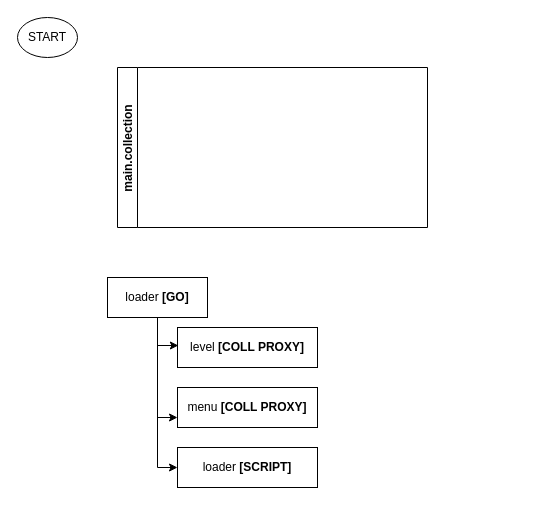
athomicus/Shooter_Defold02 keeps this draw.io diagram as collections.drawio. Above is the earlier version. Source tidied: cells renumbered, new cells numbered last; positions are measured from the earlier drawing's top-left corner, leaving out a move shared by most shapes. Both pictures are drawn from the tidied source at 100%, with x=0, y=0 at pixel (17, 17).
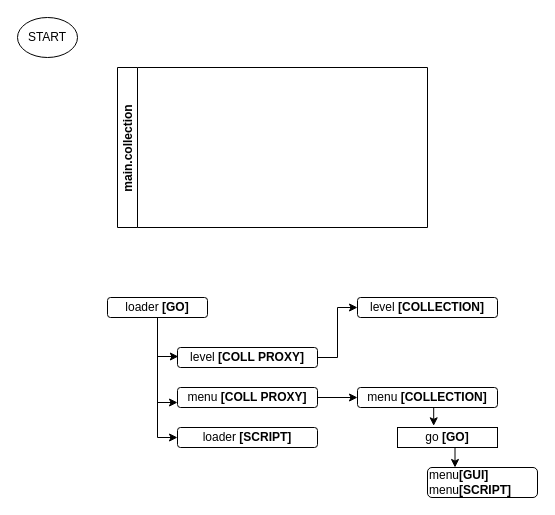
The same diagram, later.

What changed in the source:
```diff
@@
     <mxCell id="4" style="edgeStyle=orthogonalEdgeStyle;rounded=0;jettySize=auto;html=1;exitX=0.5;exitY=1;exitDx=0;exitDy=0;entryX=0;entryY=0.75;entryDx=0;entryDy=0;" parent="1" edge="1" source="6" target="8">
       <mxGeometry relative="1" as="geometry">
         <Array as="points">
-          <mxPoint x="140" y="400" />
+          <mxPoint x="140" y="385" />
         </Array>
       </mxGeometry>
     </mxCell>
@@
-    <mxCell id="6" value="loader &lt;b&gt;[GO]&lt;/b&gt;" style="whiteSpace=wrap;html=1;" parent="1" vertex="1">
-      <mxGeometry x="90" y="260" width="100" height="40" as="geometry" />
+    <mxCell id="6" value="loader &lt;b&gt;[GO]&lt;/b&gt;" style="whiteSpace=wrap;html=1;rounded=1;" parent="1" vertex="1">
+      <mxGeometry x="90" y="280" width="100" height="20" as="geometry" />
     </mxCell>
+    <mxCell id="11" style="edgeStyle=orthogonalEdgeStyle;rounded=0;jettySize=auto;html=1;exitX=1;exitY=0.5;exitDx=0;exitDy=0;entryX=0;entryY=0.5;entryDx=0;entryDy=0;" parent="1" edge="1" source="7" target="13">
+      <mxGeometry relative="1" as="geometry" />
+    </mxCell>
-    <mxCell id="7" value="level &lt;b&gt;[COLL PROXY]&lt;/b&gt;" style="whiteSpace=wrap;html=1;" parent="1" vertex="1">
-      <mxGeometry x="160" y="310" width="140" height="40" as="geometry" />
+    <mxCell id="7" value="level &lt;b&gt;[COLL PROXY]&lt;/b&gt;" style="whiteSpace=wrap;html=1;rounded=1;" parent="1" vertex="1">
+      <mxGeometry x="160" y="330" width="140" height="20" as="geometry" />
     </mxCell>
+    <mxCell id="12" style="edgeStyle=orthogonalEdgeStyle;rounded=0;jettySize=auto;html=1;" parent="1" edge="1" source="8" target="14">
+      <mxGeometry relative="1" as="geometry" />
+    </mxCell>
-    <mxCell id="8" value="menu&amp;nbsp;&lt;b&gt;[COLL PROXY]&lt;/b&gt;" style="whiteSpace=wrap;html=1;" parent="1" vertex="1">
-      <mxGeometry x="160" y="370" width="140" height="40" as="geometry" />
+    <mxCell id="8" value="menu&amp;nbsp;&lt;b&gt;[COLL PROXY]&lt;/b&gt;" style="whiteSpace=wrap;html=1;rounded=1;" parent="1" vertex="1">
+      <mxGeometry x="160" y="370" width="140" height="20" as="geometry" />
     </mxCell>
@@
-    <mxCell id="10" value="loader&amp;nbsp;&lt;b&gt;[SCRIPT]&lt;/b&gt;" style="whiteSpace=wrap;html=1;" parent="1" vertex="1">
-      <mxGeometry x="160" y="430" width="140" height="40" as="geometry" />
+    <mxCell id="10" value="loader&amp;nbsp;&lt;b&gt;[SCRIPT]&lt;/b&gt;" style="whiteSpace=wrap;html=1;rounded=1;" parent="1" vertex="1">
+      <mxGeometry x="160" y="410" width="140" height="20" as="geometry" />
     </mxCell>
+    <mxCell id="13" value="level &lt;b&gt;[COLLECTION]&lt;/b&gt;" style="whiteSpace=wrap;html=1;rounded=1;" parent="1" vertex="1">
+      <mxGeometry x="340" y="280" width="140" height="20" as="geometry" />
+    </mxCell>
+    <mxCell id="14" value="menu&amp;nbsp;&lt;b&gt;[COLLECTION]&lt;/b&gt;" style="whiteSpace=wrap;html=1;glass=0;rounded=1;" parent="1" vertex="1">
+      <mxGeometry x="340" y="370" width="140" height="20" as="geometry" />
+    </mxCell>
+    <mxCell id="15" style="edgeStyle=orthogonalEdgeStyle;rounded=0;jettySize=auto;html=1;exitX=0.5;exitY=1;exitDx=0;exitDy=0;entryX=0.25;entryY=0;entryDx=0;entryDy=0;" parent="1" edge="1" source="16" target="18">
+      <mxGeometry relative="1" as="geometry" />
+    </mxCell>
+    <mxCell id="16" value="go&amp;nbsp;&lt;b&gt;[GO]&lt;/b&gt;" style="whiteSpace=wrap;html=1;" parent="1" vertex="1">
+      <mxGeometry x="380" y="410" width="100" height="20" as="geometry" />
+    </mxCell>
+    <mxCell id="17" style="edgeStyle=orthogonalEdgeStyle;rounded=0;jettySize=auto;html=1;exitX=0.5;exitY=1;exitDx=0;exitDy=0;entryX=0.362;entryY=-0.084;entryDx=0;entryDy=0;entryPerimeter=0;" parent="1" edge="1" source="14" target="16">
+      <mxGeometry relative="1" as="geometry" />
+    </mxCell>
+    <mxCell id="18" value="&lt;div align=&quot;left&quot;&gt;menu&lt;b&gt;[GUI]&lt;/b&gt;&lt;/div&gt;&lt;div align=&quot;left&quot;&gt;menu&lt;b&gt;[SCRIPT]&lt;span style=&quot;white-space: pre;&quot;&gt;&#9;&lt;/span&gt;&lt;/b&gt;&lt;/div&gt;" style="whiteSpace=wrap;html=1;align=left;rounded=1;" parent="1" vertex="1">
+      <mxGeometry x="410" y="450" width="110" height="30" as="geometry" />
+    </mxCell>
```
